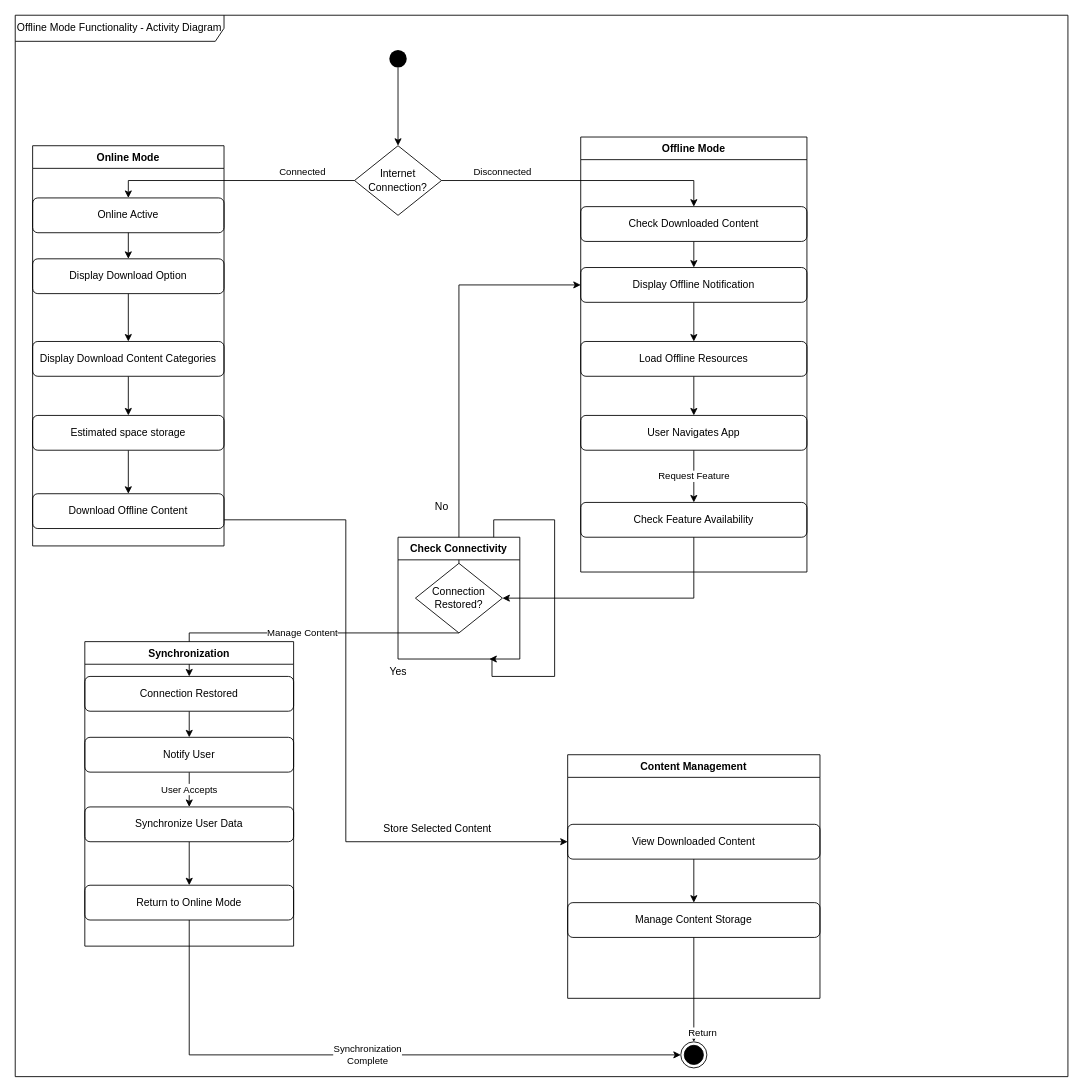
Before: Activity Diagrams/Offline Mode Functionality - Activity Diagram.drawio in gsklaven/MusePath, a draw.io diagram. Source tidied: cells renumbered, new cells numbered last; positions are measured from the earlier drawing's top-left corner, leaving out a move shared by most shapes. Both pictures are drawn from the tidied source at 87%, with x=0, y=0 at pixel (15, 15).
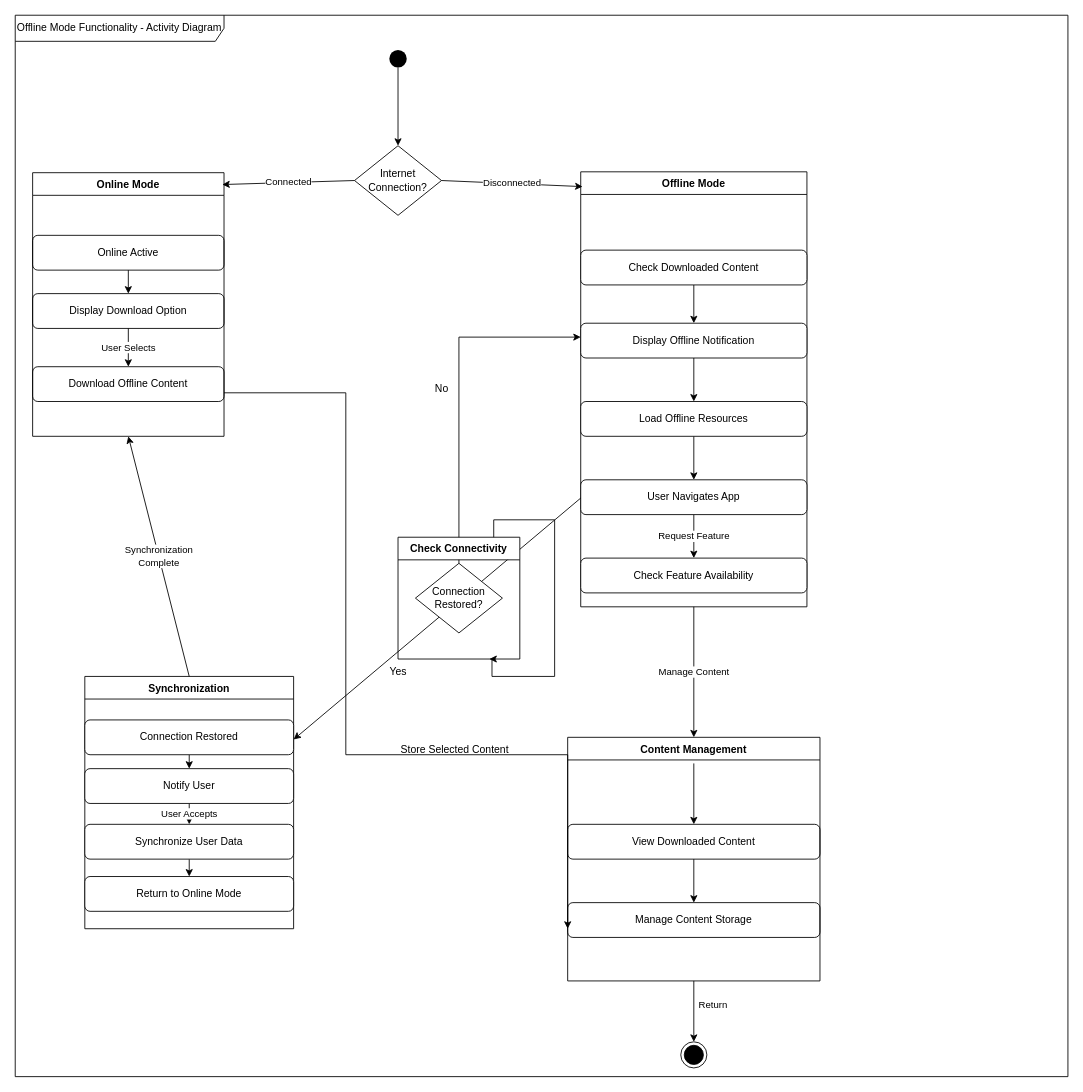
Above is the later version.

The change refers to these unchanged cells:
```xml
<mxCell id="12" value="Manage Content Storage" style="rounded=1;whiteSpace=wrap;html=1;" parent="2" vertex="1">
  <mxGeometry x="635" y="1020" width="290" height="40" as="geometry" />
</mxCell>
<mxCell id="13" value="View Downloaded Content" style="rounded=1;whiteSpace=wrap;html=1;" parent="2" vertex="1">
  <mxGeometry x="635" y="930" width="290" height="40" as="geometry" />
</mxCell>
<mxCell id="25" value="Internet&#10;Connection?" style="rhombus;whiteSpace=wrap;html=1;" parent="2" vertex="1">
  <mxGeometry x="390" y="150" width="100" height="80" as="geometry" />
</mxCell>
<mxCell id="36" value="Connection&lt;br&gt;Restored?" style="rhombus;whiteSpace=wrap;html=1;" parent="2" vertex="1">
  <mxGeometry x="460" y="630" width="100" height="80" as="geometry" />
</mxCell>
<mxCell id="41" style="ellipse;html=1;shape=endState;fillColor=strokeColor;" parent="2" vertex="1">
  <mxGeometry x="765" y="1180" width="30" height="30" as="geometry" />
</mxCell>
```

Diff of the diagram source:
```diff
@@
-    <mxCell id="0" />
-    <mxCell id="1" parent="0" />
+    <mxCell id="54" />
+    <mxCell id="55" parent="54" />
-    <mxCell id="2" value="Offline Mode Functionality - Activity Diagram" style="shape=umlFrame;whiteSpace=wrap;html=1;width=240;height=30;" parent="1" vertex="1">
+    <mxCell id="2" value="Offline Mode Functionality - Activity Diagram" style="shape=umlFrame;whiteSpace=wrap;html=1;width=240;height=30;" parent="55" vertex="1">
       <mxGeometry width="1210" height="1220" as="geometry" />
     </mxCell>
+    <mxCell id="53" value="Offline Mode" style="swimlane;fontStyle=1;align=center;verticalAlign=top;horizontal=1;startSize=26;" parent="2" vertex="1">
+      <mxGeometry x="650" y="180" width="260" height="500" as="geometry" />
+    </mxCell>
     <mxCell id="3" value="Check Feature Availability" style="rounded=1;whiteSpace=wrap;html=1;" parent="2" vertex="1">
-      <mxGeometry x="650" y="560" width="260" height="40" as="geometry" />
+      <mxGeometry x="650" y="624" width="260" height="40" as="geometry" />
     </mxCell>
@@
     <mxCell id="5" value="User Navigates App" style="rounded=1;whiteSpace=wrap;html=1;" parent="2" vertex="1">
-      <mxGeometry x="650" y="460" width="260" height="40" as="geometry" />
+      <mxGeometry x="650" y="534" width="260" height="40" as="geometry" />
     </mxCell>
@@
     <mxCell id="7" value="Load Offline Resources" style="rounded=1;whiteSpace=wrap;html=1;" parent="2" vertex="1">
-      <mxGeometry x="650" y="375" width="260" height="40" as="geometry" />
+      <mxGeometry x="650" y="444" width="260" height="40" as="geometry" />
     </mxCell>
@@
     <mxCell id="9" value="Display Offline Notification" style="rounded=1;whiteSpace=wrap;html=1;" parent="2" vertex="1">
-      <mxGeometry x="650" y="290" width="260" height="40" as="geometry" />
+      <mxGeometry x="650" y="354" width="260" height="40" as="geometry" />
     </mxCell>
@@
     <mxCell id="11" value="Check Downloaded Content" style="rounded=1;whiteSpace=wrap;html=1;" parent="2" vertex="1">
-      <mxGeometry x="650" y="220" width="260" height="40" as="geometry" />
+      <mxGeometry x="650" y="270" width="260" height="40" as="geometry" />
     </mxCell>
@@
+    <mxCell id="50" value="Content Management" style="swimlane;fontStyle=1;align=center;verticalAlign=top;horizontal=1;startSize=26;" parent="2" vertex="1">
+      <mxGeometry x="635" y="830" width="290" height="280" as="geometry" />
+    </mxCell>
-    <mxCell id="15" value="Manage Content" style="endArrow=classic;html=1;rounded=0;entryX=0.5;entryY=0;entryDx=0;entryDy=0;" parent="2" edge="1" target="35">
-      <mxGeometry relative="1" as="geometry">
-        <mxPoint x="510" y="710" as="sourcePoint" />
-        <Array as="points">
-          <mxPoint x="200" y="710" />
-        </Array>
-      </mxGeometry>
+    <mxCell id="15" value="Manage Content" style="endArrow=classic;html=1;rounded=0;exitX=0.5;exitY=1;exitDx=0;exitDy=0;entryX=0.5;entryY=0;entryDx=0;entryDy=0;" parent="2" edge="1" source="53" target="50">
+      <mxGeometry relative="1" as="geometry" />
     </mxCell>
+    <mxCell id="56" style="endArrow=classic;html=1;rounded=0;entryX=0.5;entryY=0;entryDx=0;entryDy=0;" parent="2" edge="1" target="13">
+      <mxGeometry relative="1" as="geometry">
+        <mxPoint x="780" y="860" as="sourcePoint" />
+      </mxGeometry>
+    </mxCell>
-    <mxCell id="16" value="Return" style="endArrow=classic;html=1;rounded=0;exitX=0.5;exitY=1;exitDx=0;exitDy=0;entryX=0.5;entryY=0;entryDx=0;entryDy=0;" parent="2" edge="1" source="12" target="41">
-      <mxGeometry x="0.83" y="10" relative="1" as="geometry" />
+    <mxCell id="16" value="Return" style="endArrow=classic;html=1;rounded=0;exitX=0.5;exitY=1;exitDx=0;exitDy=0;entryX=0.5;entryY=0;entryDx=0;entryDy=0;" parent="2" edge="1" source="50" target="41">
+      <mxGeometry x="-0.19" y="22" relative="1" as="geometry" />
     </mxCell>
-    <mxCell id="17" style="endArrow=classic;html=1;rounded=0;exitX=0.5;exitY=1;exitDx=0;exitDy=0;entryX=1;entryY=0.5;entryDx=0;entryDy=0;" parent="2" edge="1" source="3" target="36">
-      <mxGeometry x="0.05" y="-66" relative="1" as="geometry">
-        <Array as="points">
-          <mxPoint x="780" y="670" />
-        </Array>
-      </mxGeometry>
-    </mxCell>
-    <mxCell id="18" style="edgeStyle=orthogonalEdgeStyle;rounded=0;jettySize=auto;html=1;entryX=0;entryY=0.5;entryDx=0;entryDy=0;" parent="2" edge="1" source="19" target="13">
-      <mxGeometry relative="1" as="geometry">
-        <Array as="points">
-          <mxPoint x="380" y="580" />
-          <mxPoint x="380" y="950" />
-        </Array>
-      </mxGeometry>
-    </mxCell>
+    <mxCell id="51" value="Synchronization" style="swimlane;fontStyle=1;align=center;verticalAlign=top;horizontal=1;startSize=26;" parent="2" vertex="1">
+      <mxGeometry x="80" y="760" width="240" height="290" as="geometry" />
+    </mxCell>
+    <mxCell id="57" style="endArrow=classic;html=1;rounded=0;exitX=0;exitY=0.75;exitDx=0;exitDy=0;entryX=1;entryY=0.25;entryDx=0;entryDy=0;" parent="2" edge="1" source="53" target="51">
+      <mxGeometry x="0.05" y="-66" relative="1" as="geometry" />
+    </mxCell>
+    <mxCell id="58" style="edgeStyle=orthogonalEdgeStyle;rounded=0;orthogonalLoop=1;jettySize=auto;html=1;entryX=0;entryY=0.5;entryDx=0;entryDy=0;" parent="2" edge="1">
+      <mxGeometry relative="1" as="geometry">
+        <mxPoint x="240" y="434" as="sourcePoint" />
+        <mxPoint x="635" y="1050" as="targetPoint" />
+        <Array as="points">
+          <mxPoint x="380" y="434" />
+          <mxPoint x="380" y="850" />
+          <mxPoint x="635" y="850" />
+        </Array>
+      </mxGeometry>
+    </mxCell>
     <mxCell id="19" value="Download Offline Content" style="rounded=1;whiteSpace=wrap;html=1;" parent="2" vertex="1">
-      <mxGeometry x="20" y="550" width="220" height="40" as="geometry" />
+      <mxGeometry x="20" y="404" width="220" height="40" as="geometry" />
     </mxCell>
-    <mxCell id="20" style="edgeStyle=orthogonalEdgeStyle;rounded=0;jettySize=auto;html=1;entryX=0.5;entryY=0;entryDx=0;entryDy=0;" parent="2" edge="1" source="21" target="47">
-      <mxGeometry relative="1" as="geometry" />
-    </mxCell>
     <mxCell id="21" value="Display Download Option" style="rounded=1;whiteSpace=wrap;html=1;" parent="2" vertex="1">
-      <mxGeometry x="20" y="280" width="220" height="40" as="geometry" />
+      <mxGeometry x="20" y="320" width="220" height="40" as="geometry" />
     </mxCell>
-    <mxCell id="22" style="endArrow=classic;html=1;rounded=0;exitX=0.5;exitY=1;exitDx=0;exitDy=0;" parent="2" edge="1" source="48" target="19">
-      <mxGeometry relative="1" as="geometry" />
-    </mxCell>
+    <mxCell id="59" value="User Selects" style="endArrow=classic;html=1;rounded=0;exitX=0.5;exitY=1;exitDx=0;exitDy=0;entryX=0.5;entryY=0;entryDx=0;entryDy=0;" parent="2" edge="1" source="21" target="19">
+      <mxGeometry relative="1" as="geometry" />
+    </mxCell>
     <mxCell id="23" value="Online Active" style="rounded=1;whiteSpace=wrap;html=1;" parent="2" vertex="1">
-      <mxGeometry x="20" y="210" width="220" height="40" as="geometry" />
+      <mxGeometry x="20" y="253" width="220" height="40" as="geometry" />
     </mxCell>
@@
+    <mxCell id="52" value="Online Mode" style="swimlane;fontStyle=1;align=center;verticalAlign=top;horizontal=1;startSize=26;" parent="2" vertex="1">
+      <mxGeometry x="20" y="181" width="220" height="303" as="geometry" />
+    </mxCell>
+    <mxCell id="49" value="Synchronization&#10;Complete" style="endArrow=classic;html=1;rounded=0;exitX=0.5;exitY=0;exitDx=0;exitDy=0;entryX=0.5;entryY=1;entryDx=0;entryDy=0;" parent="2" edge="1" source="51" target="52">
+      <mxGeometry relative="1" as="geometry" />
+    </mxCell>
@@
+    <mxCell id="45" value="Connected" style="endArrow=classic;html=1;rounded=0;exitX=0;exitY=0.5;exitDx=0;exitDy=0;entryX=0.991;entryY=0.045;entryDx=0;entryDy=0;entryPerimeter=0;" parent="2" edge="1" source="25" target="52">
+      <mxGeometry relative="1" as="geometry" />
+    </mxCell>
-    <mxCell id="26" value="Disconnected" style="endArrow=classic;html=1;rounded=0;exitX=1;exitY=0.5;exitDx=0;exitDy=0;entryX=0.5;entryY=0;entryDx=0;entryDy=0;" parent="2" edge="1" source="25" target="11">
-      <mxGeometry x="-0.56" y="10" relative="1" as="geometry">
-        <Array as="points">
-          <mxPoint x="780" y="190" />
-        </Array>
-      </mxGeometry>
+    <mxCell id="26" value="Disconnected" style="endArrow=classic;html=1;rounded=0;exitX=1;exitY=0.5;exitDx=0;exitDy=0;entryX=0.008;entryY=0.034;entryDx=0;entryDy=0;entryPerimeter=0;" parent="2" edge="1" source="25" target="53">
+      <mxGeometry relative="1" as="geometry" />
     </mxCell>
@@
     <mxCell id="29" value="Return to Online Mode" style="rounded=1;whiteSpace=wrap;html=1;" parent="2" vertex="1">
-      <mxGeometry x="80" y="1000" width="240" height="40" as="geometry" />
+      <mxGeometry x="80" y="990" width="240" height="40" as="geometry" />
     </mxCell>
@@
     <mxCell id="31" value="Synchronize User Data" style="rounded=1;whiteSpace=wrap;html=1;" parent="2" vertex="1">
-      <mxGeometry x="80" y="910" width="240" height="40" as="geometry" />
+      <mxGeometry x="80" y="930" width="240" height="40" as="geometry" />
     </mxCell>
@@
     <mxCell id="33" value="Notify User" style="rounded=1;whiteSpace=wrap;html=1;" parent="2" vertex="1">
-      <mxGeometry x="80" y="830" width="240" height="40" as="geometry" />
+      <mxGeometry x="80" y="866" width="240" height="40" as="geometry" />
     </mxCell>
@@
     <mxCell id="35" value="Connection Restored" style="rounded=1;whiteSpace=wrap;html=1;" parent="2" vertex="1">
-      <mxGeometry x="80" y="760" width="240" height="40" as="geometry" />
+      <mxGeometry x="80" y="810" width="240" height="40" as="geometry" />
     </mxCell>
@@
-    <mxCell id="37" style="edgeStyle=orthogonalEdgeStyle;rounded=0;jettySize=auto;html=1;entryX=0;entryY=0.5;entryDx=0;entryDy=0;" parent="2" edge="1" source="36" target="9">
+    <mxCell id="37" style="edgeStyle=orthogonalEdgeStyle;rounded=0;jettySize=auto;html=1;" parent="2" edge="1" source="36" target="9">
       <mxGeometry relative="1" as="geometry">
         <Array as="points">
-          <mxPoint x="510" y="310" />
+          <mxPoint x="510" y="370" />
         </Array>
       </mxGeometry>
     </mxCell>
     <mxCell id="38" value="No" style="text;html=1;align=center;verticalAlign=middle;strokeColor=none;fillColor=none;" parent="2" vertex="1">
-      <mxGeometry x="470" y="550" width="40" height="30" as="geometry" />
+      <mxGeometry x="470" y="415" width="40" height="30" as="geometry" />
     </mxCell>
@@
     <mxCell id="42" value="Store Selected Content" style="text;html=1;align=center;verticalAlign=middle;strokeColor=none;fillColor=none;" parent="2" vertex="1">
-      <mxGeometry x="410" y="920" width="150" height="30" as="geometry" />
+      <mxGeometry x="430" y="830" width="150" height="30" as="geometry" />
     </mxCell>
@@
-    <mxCell id="44" style="edgeStyle=orthogonalEdgeStyle;rounded=0;orthogonalLoop=1;jettySize=auto;html=1;exitX=0.5;exitY=1;exitDx=0;exitDy=0;" parent="2" edge="1" source="19" target="19">
-      <mxGeometry relative="1" as="geometry" />
-    </mxCell>
-    <mxCell id="45" value="Connected" style="endArrow=classic;html=1;rounded=0;exitX=0;exitY=0.5;exitDx=0;exitDy=0;entryX=0.5;entryY=0;entryDx=0;entryDy=0;" parent="2" edge="1" source="25" target="23">
-      <mxGeometry x="-0.57" y="-10" relative="1" as="geometry">
-        <Array as="points">
-          <mxPoint x="130" y="190" />
-        </Array>
-      </mxGeometry>
-    </mxCell>
-    <mxCell id="46" style="edgeStyle=orthogonalEdgeStyle;rounded=0;jettySize=auto;html=1;entryX=0.5;entryY=0;entryDx=0;entryDy=0;" parent="2" edge="1" source="47" target="48">
-      <mxGeometry relative="1" as="geometry" />
-    </mxCell>
-    <mxCell id="47" value="Display Download Content Categories" style="rounded=1;whiteSpace=wrap;html=1;" parent="2" vertex="1">
-      <mxGeometry x="20" y="375" width="220" height="40" as="geometry" />
-    </mxCell>
-    <mxCell id="48" value="Estimated space storage" style="rounded=1;whiteSpace=wrap;html=1;" parent="2" vertex="1">
-      <mxGeometry x="20" y="460" width="220" height="40" as="geometry" />
-    </mxCell>
-    <mxCell id="49" value="Synchronization&#10;Complete" style="endArrow=classic;html=1;rounded=0;exitX=0.5;exitY=1;exitDx=0;exitDy=0;entryX=0;entryY=0.5;entryDx=0;entryDy=0;" parent="2" edge="1" source="29" target="41">
-      <mxGeometry relative="1" as="geometry">
-        <Array as="points">
-          <mxPoint x="200" y="1195" />
-        </Array>
-      </mxGeometry>
-    </mxCell>
-    <mxCell id="50" value="Content Management" style="swimlane;fontStyle=1;align=center;verticalAlign=top;horizontal=1;startSize=26;" parent="2" vertex="1">
-      <mxGeometry x="635" y="850" width="290" height="280" as="geometry" />
-    </mxCell>
-    <mxCell id="51" value="Synchronization" style="swimlane;fontStyle=1;align=center;verticalAlign=top;horizontal=1;startSize=26;" parent="2" vertex="1">
-      <mxGeometry x="80" y="720" width="240" height="350" as="geometry" />
-    </mxCell>
-    <mxCell id="52" value="Online Mode" style="swimlane;fontStyle=1;align=center;verticalAlign=top;horizontal=1;startSize=26;" parent="2" vertex="1">
-      <mxGeometry x="20" y="150" width="220" height="460" as="geometry" />
-    </mxCell>
-    <mxCell id="53" value="Offline Mode" style="swimlane;fontStyle=1;align=center;verticalAlign=top;horizontal=1;startSize=26;" parent="2" vertex="1">
-      <mxGeometry x="650" y="140" width="260" height="500" as="geometry" />
-    </mxCell>
```
